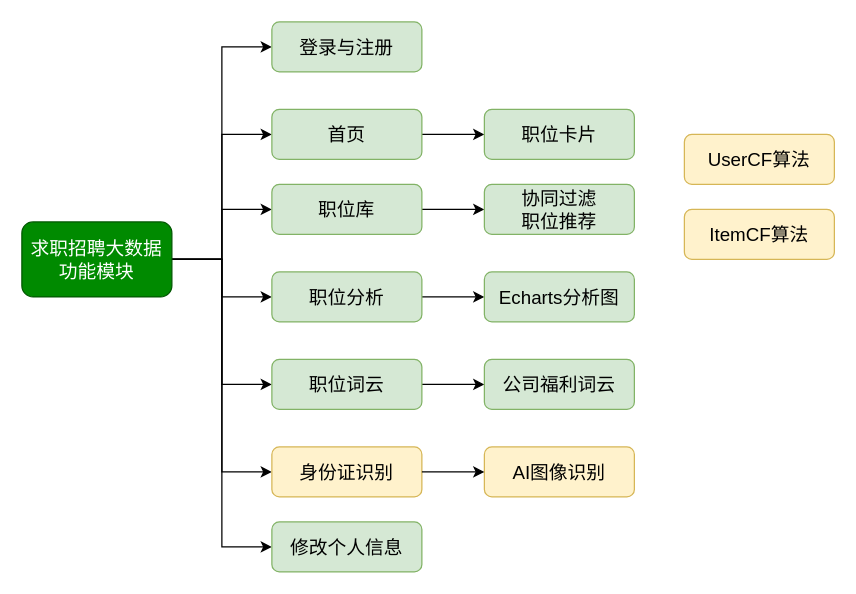
Earlier version of the draw.io diagram flask招聘大数据.drawio (redcomet88/DRAW). Source tidied: cells renumbered, new cells numbered last; positions are measured from the earlier drawing's top-left corner, leaving out a move shared by most shapes. Both pictures are drawn from the tidied source at 125%, with x=0, y=0 at pixel (21, 21).
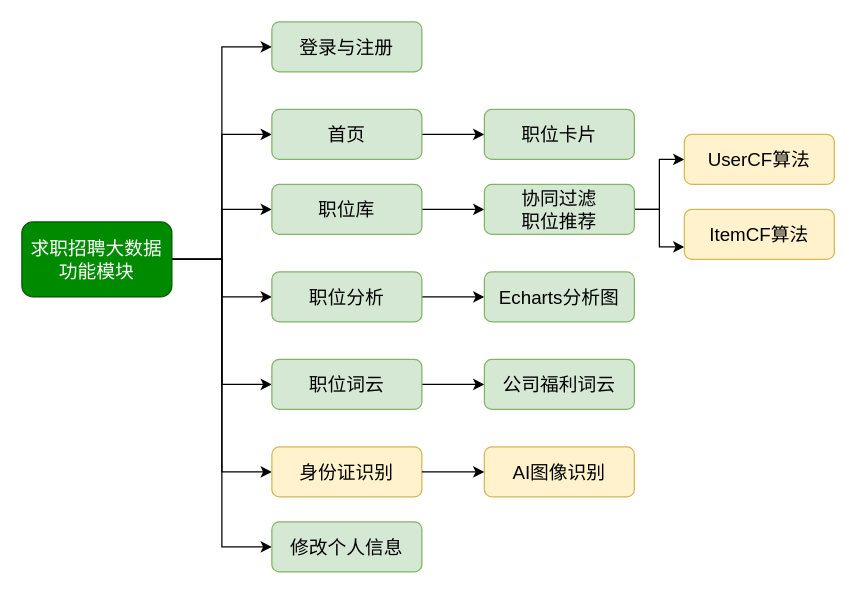
Above is the later version.

Commit message:
Update flask招聘大数据.drawio

The change refers to these unchanged cells:
```xml
<mxCell id="23" value="协同过滤&lt;br&gt;职位推荐" style="rounded=1;whiteSpace=wrap;html=1;fontSize=15;fillColor=#d5e8d4;strokeColor=#82b366;" parent="1" vertex="1">
  <mxGeometry x="370" y="130" width="120" height="40" as="geometry" />
</mxCell>
<mxCell id="27" value="UserCF算法" style="rounded=1;whiteSpace=wrap;html=1;fontSize=15;fillColor=#fff2cc;strokeColor=#d6b656;" parent="1" vertex="1">
  <mxGeometry x="530" y="90" width="120" height="40" as="geometry" />
</mxCell>
<mxCell id="28" value="ItemCF算法" style="rounded=1;whiteSpace=wrap;html=1;fontSize=15;fillColor=#fff2cc;strokeColor=#d6b656;" parent="1" vertex="1">
  <mxGeometry x="530" y="150" width="120" height="40" as="geometry" />
</mxCell>
```

Change to the diagram source:
```diff
@@
+    <mxCell id="29" style="edgeStyle=orthogonalEdgeStyle;rounded=0;jettySize=auto;html=1;exitX=1;exitY=0.5;exitDx=0;exitDy=0;entryX=0;entryY=0.5;entryDx=0;entryDy=0;" parent="1" edge="1" source="23" target="27">
+      <mxGeometry relative="1" as="geometry" />
+    </mxCell>
+    <mxCell id="30" style="edgeStyle=orthogonalEdgeStyle;rounded=0;jettySize=auto;html=1;exitX=1;exitY=0.5;exitDx=0;exitDy=0;entryX=0;entryY=0.75;entryDx=0;entryDy=0;" parent="1" edge="1" source="23" target="28">
+      <mxGeometry relative="1" as="geometry" />
+    </mxCell>
```
